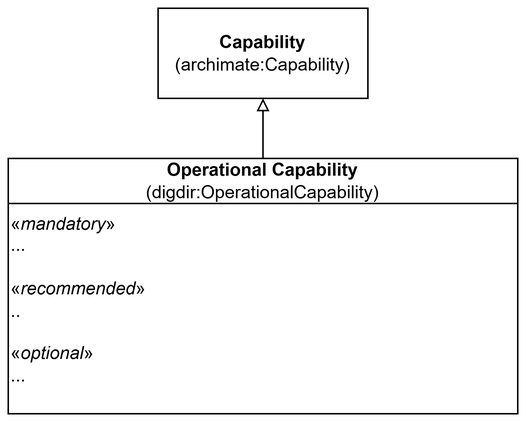
Before: archadms-ap-no/docs/images/KlassenOperationalCapability.png, a diagram exported from draw.io (jimjyang/playground). Source tidied: cells renumbered, new cells last; positions are measured from the earlier drawing's top-left corner, leaving out a move shared by most shapes.
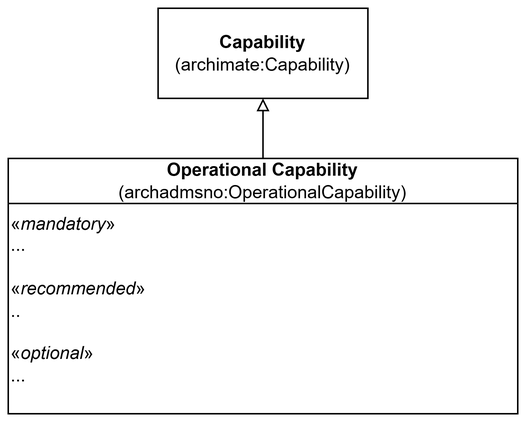
Later version of the same file.

Change to the diagram source:
```diff
@@ -2,7 +2,7 @@
   <root>
     <mxCell id="0" />
     <mxCell id="1" parent="0" />
-    <mxCell id="2" value="Operational Capability&lt;br&gt;&lt;div&gt;&lt;span style=&quot;font-weight: normal;&quot;&gt;(digdir:OperationalCapability)&lt;/span&gt;&lt;/div&gt;" style="swimlane;whiteSpace=wrap;html=1;startSize=30;" parent="1" vertex="1">
+    <mxCell id="2" value="Operational Capability&lt;br&gt;&lt;div&gt;&lt;span style=&quot;font-weight: normal;&quot;&gt;(archadmsno:OperationalCapability)&lt;/span&gt;&lt;/div&gt;" style="swimlane;whiteSpace=wrap;html=1;startSize=30;" parent="1" vertex="1">
       <mxGeometry y="100" width="340" height="170" as="geometry" />
     </mxCell>
     <mxCell id="3" value="&lt;div&gt;«&lt;i&gt;mandatory&lt;/i&gt;»&lt;/div&gt;&lt;div&gt;...&lt;/div&gt;&lt;div&gt;&lt;br&gt;&lt;/div&gt;&lt;div&gt;«&lt;i&gt;recommended&lt;/i&gt;»&lt;/div&gt;&lt;div&gt;&lt;span style=&quot;background-color: transparent; color: light-dark(rgb(0, 0, 0), rgb(255, 255, 255));&quot;&gt;..&lt;/span&gt;&lt;/div&gt;&lt;div&gt;&lt;br&gt;&lt;/div&gt;&lt;div&gt;«&lt;i&gt;optional&lt;/i&gt;»&lt;/div&gt;&lt;div&gt;&lt;span style=&quot;background-color: transparent; color: light-dark(rgb(0, 0, 0), rgb(255, 255, 255));&quot;&gt;...&lt;/span&gt;&lt;/div&gt;" style="text;html=1;whiteSpace=wrap;strokeColor=none;fillColor=none;align=left;verticalAlign=top;rounded=0;" parent="2" vertex="1">
```
